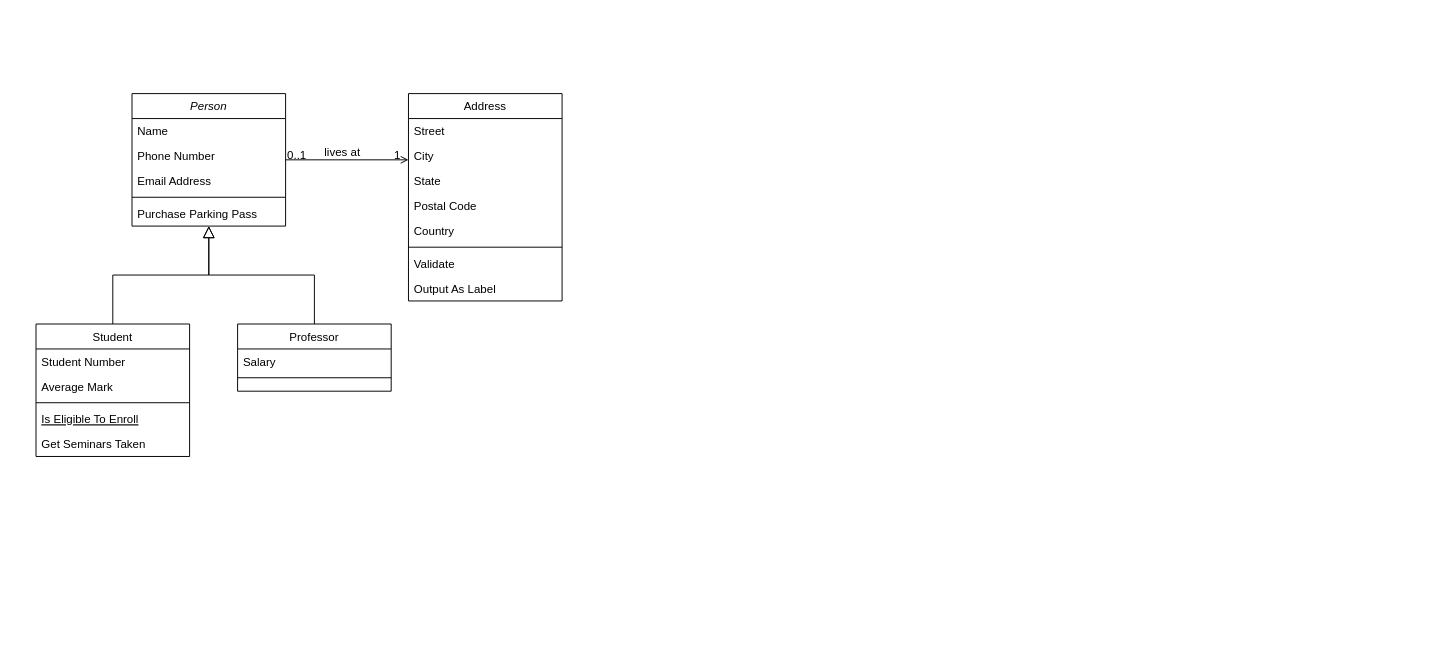
The draw.io diagram DiagramasRichemont.drawio in ArianaST/Diagramas, before the edit. Source tidied: cells renumbered, new cells numbered last; positions are measured from the earlier drawing's top-left corner, leaving out a move shared by most shapes. Both pictures are drawn from the tidied source at 96%, with x=0, y=0 at pixel (36, 93).
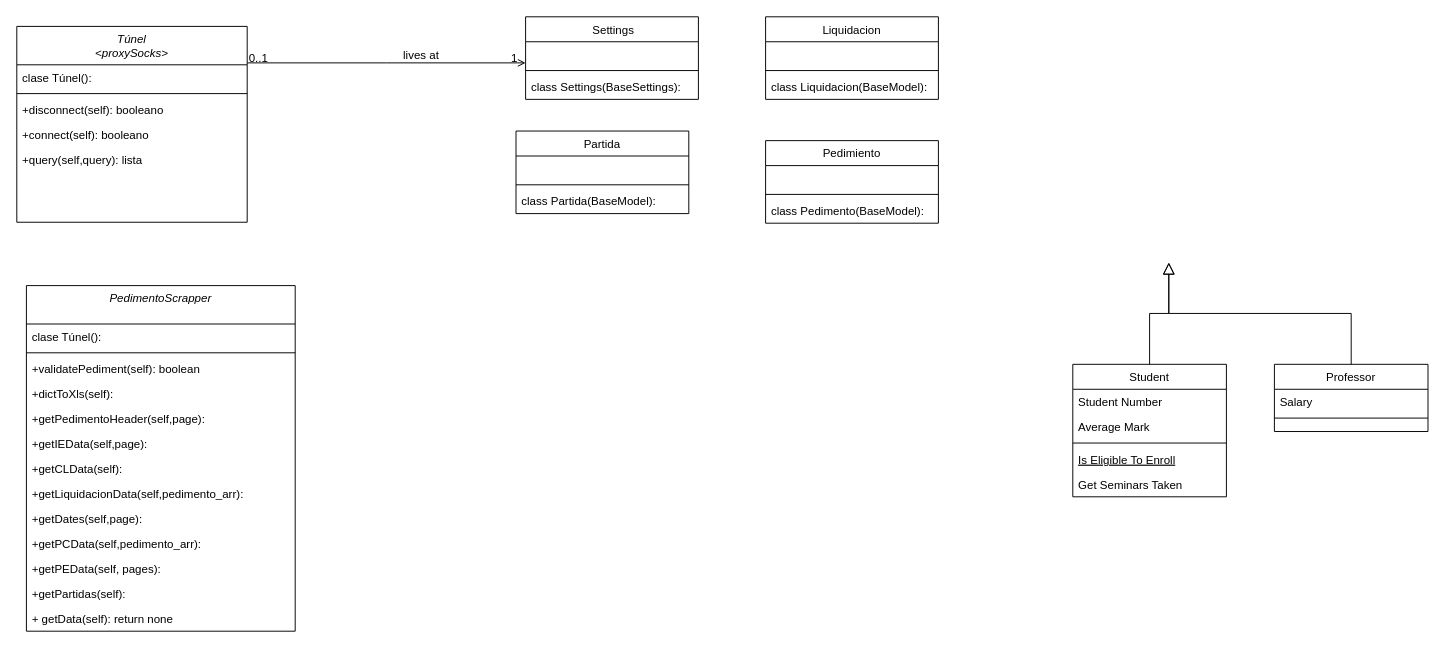
After the change.

Diff of the diagram source:
```diff
@@
-    <mxCell id="2" value="Person" style="swimlane;fontStyle=2;align=center;verticalAlign=top;horizontal=1;startSize=26;rounded=0;shadow=0;strokeWidth=1;" parent="1" vertex="1">
-      <mxGeometry x="100" width="160" height="138" as="geometry" />
+    <mxCell id="2" value="Túnel&#10;&lt;proxySocks&gt;" style="swimlane;fontStyle=2;align=center;verticalAlign=top;horizontal=1;startSize=40;rounded=0;shadow=0;strokeWidth=1;" parent="1" vertex="1">
+      <mxGeometry x="-20" y="-70" width="240" height="204" as="geometry" />
     </mxCell>
-    <mxCell id="3" value="Name" style="text;align=left;verticalAlign=top;spacingLeft=4;spacingRight=4;overflow=hidden;" parent="2" vertex="1">
-      <mxGeometry y="26" width="160" height="26" as="geometry" />
+    <mxCell id="3" value="clase Túnel():" style="text;align=left;verticalAlign=top;spacingLeft=4;spacingRight=4;overflow=hidden;" parent="2" vertex="1">
+      <mxGeometry y="40" width="240" height="26" as="geometry" />
     </mxCell>
-    <mxCell id="4" value="Phone Number" style="text;align=left;verticalAlign=top;spacingLeft=4;spacingRight=4;overflow=hidden;rounded=0;shadow=0;html=0;" parent="2" vertex="1">
-      <mxGeometry y="52" width="160" height="26" as="geometry" />
-    </mxCell>
-    <mxCell id="5" value="Email Address" style="text;align=left;verticalAlign=top;spacingLeft=4;spacingRight=4;overflow=hidden;rounded=0;shadow=0;html=0;" parent="2" vertex="1">
-      <mxGeometry y="78" width="160" height="26" as="geometry" />
-    </mxCell>
     <mxCell id="6" style="line;html=1;strokeWidth=1;align=left;verticalAlign=middle;spacingTop=-1;spacingLeft=3;spacingRight=3;labelPosition=right;" parent="2" vertex="1">
-      <mxGeometry y="104" width="160" height="8" as="geometry" />
+      <mxGeometry y="66" width="240" height="8" as="geometry" />
     </mxCell>
-    <mxCell id="7" value="Purchase Parking Pass" style="text;align=left;verticalAlign=top;spacingLeft=4;spacingRight=4;overflow=hidden;" parent="2" vertex="1">
-      <mxGeometry y="112" width="160" height="26" as="geometry" />
-    </mxCell>
+    <mxCell id="32" value="+disconnect(self): booleano" style="text;align=left;verticalAlign=top;spacingLeft=4;spacingRight=4;overflow=hidden;" parent="2" vertex="1">
+      <mxGeometry y="74" width="240" height="26" as="geometry" />
+    </mxCell>
+    <mxCell id="33" value="+connect(self): booleano" style="text;align=left;verticalAlign=top;spacingLeft=4;spacingRight=4;overflow=hidden;" parent="2" vertex="1">
+      <mxGeometry y="100" width="240" height="26" as="geometry" />
+    </mxCell>
+    <mxCell id="34" value="+query(self,query): lista" style="text;align=left;verticalAlign=top;spacingLeft=4;spacingRight=4;overflow=hidden;" parent="2" vertex="1">
+      <mxGeometry y="126" width="240" height="26" as="geometry" />
+    </mxCell>
     <mxCell id="8" value="Student" style="swimlane;fontStyle=0;align=center;verticalAlign=top;horizontal=1;startSize=26;rounded=0;shadow=0;strokeWidth=1;" parent="1" vertex="1">
-      <mxGeometry y="240" width="160" height="138" as="geometry" />
+      <mxGeometry x="1080" y="282" width="160" height="138" as="geometry" />
     </mxCell>
@@
-    <mxCell id="14" style="endArrow=block;endSize=10;endFill=0;shadow=0;strokeWidth=1;rounded=0;edgeStyle=elbowEdgeStyle;elbow=vertical;" parent="1" edge="1" source="8" target="2">
-      <mxGeometry relative="1" as="geometry" />
+    <mxCell id="14" style="endArrow=block;endSize=10;endFill=0;shadow=0;strokeWidth=1;rounded=0;edgeStyle=elbowEdgeStyle;elbow=vertical;" parent="1" edge="1" source="8">
+      <mxGeometry relative="1" as="geometry">
+        <mxPoint x="1180" y="176" as="targetPoint" />
+      </mxGeometry>
     </mxCell>
     <mxCell id="15" value="Professor" style="swimlane;fontStyle=0;align=center;verticalAlign=top;horizontal=1;startSize=26;rounded=0;shadow=0;strokeWidth=1;" parent="1" vertex="1">
-      <mxGeometry x="210" y="240" width="160" height="70" as="geometry" />
+      <mxGeometry x="1290" y="282" width="160" height="70" as="geometry" />
     </mxCell>
@@
-    <mxCell id="18" style="endArrow=block;endSize=10;endFill=0;shadow=0;strokeWidth=1;rounded=0;edgeStyle=elbowEdgeStyle;elbow=vertical;" parent="1" edge="1" source="15" target="2">
-      <mxGeometry relative="1" as="geometry" />
+    <mxCell id="18" style="endArrow=block;endSize=10;endFill=0;shadow=0;strokeWidth=1;rounded=0;edgeStyle=elbowEdgeStyle;elbow=vertical;" parent="1" edge="1" source="15">
+      <mxGeometry relative="1" as="geometry">
+        <mxPoint x="1180" y="176" as="targetPoint" />
+      </mxGeometry>
     </mxCell>
-    <mxCell id="19" value="Address" style="swimlane;fontStyle=0;align=center;verticalAlign=top;horizontal=1;startSize=26;rounded=0;shadow=0;strokeWidth=1;" parent="1" vertex="1">
-      <mxGeometry x="388" width="160" height="216" as="geometry" />
+    <mxCell id="19" value=" Settings" style="swimlane;fontStyle=0;align=center;verticalAlign=top;horizontal=1;startSize=26;rounded=0;shadow=0;strokeWidth=1;" parent="1" vertex="1">
+      <mxGeometry x="510" y="-80" width="180" height="86" as="geometry" />
     </mxCell>
-    <mxCell id="20" value="Street" style="text;align=left;verticalAlign=top;spacingLeft=4;spacingRight=4;overflow=hidden;" parent="19" vertex="1">
-      <mxGeometry y="26" width="160" height="26" as="geometry" />
-    </mxCell>
-    <mxCell id="21" value="City" style="text;align=left;verticalAlign=top;spacingLeft=4;spacingRight=4;overflow=hidden;rounded=0;shadow=0;html=0;" parent="19" vertex="1">
-      <mxGeometry y="52" width="160" height="26" as="geometry" />
-    </mxCell>
-    <mxCell id="22" value="State" style="text;align=left;verticalAlign=top;spacingLeft=4;spacingRight=4;overflow=hidden;rounded=0;shadow=0;html=0;" parent="19" vertex="1">
-      <mxGeometry y="78" width="160" height="26" as="geometry" />
-    </mxCell>
-    <mxCell id="23" value="Postal Code" style="text;align=left;verticalAlign=top;spacingLeft=4;spacingRight=4;overflow=hidden;rounded=0;shadow=0;html=0;" parent="19" vertex="1">
-      <mxGeometry y="104" width="160" height="26" as="geometry" />
-    </mxCell>
-    <mxCell id="24" value="Country" style="text;align=left;verticalAlign=top;spacingLeft=4;spacingRight=4;overflow=hidden;rounded=0;shadow=0;html=0;" parent="19" vertex="1">
-      <mxGeometry y="130" width="160" height="26" as="geometry" />
-    </mxCell>
+    <mxCell id="35" value="            " style="text;align=left;verticalAlign=top;spacingLeft=4;spacingRight=4;overflow=hidden;" parent="19" vertex="1">
+      <mxGeometry y="26" width="180" height="26" as="geometry" />
+    </mxCell>
     <mxCell id="25" style="line;html=1;strokeWidth=1;align=left;verticalAlign=middle;spacingTop=-1;spacingLeft=3;spacingRight=3;labelPosition=right;" parent="19" vertex="1">
-      <mxGeometry y="156" width="160" height="8" as="geometry" />
+      <mxGeometry y="52" width="180" height="8" as="geometry" />
     </mxCell>
-    <mxCell id="26" value="Validate" style="text;align=left;verticalAlign=top;spacingLeft=4;spacingRight=4;overflow=hidden;" parent="19" vertex="1">
-      <mxGeometry y="164" width="160" height="26" as="geometry" />
-    </mxCell>
-    <mxCell id="27" value="Output As Label" style="text;align=left;verticalAlign=top;spacingLeft=4;spacingRight=4;overflow=hidden;" parent="19" vertex="1">
-      <mxGeometry y="190" width="160" height="26" as="geometry" />
+    <mxCell id="27" value="class Settings(BaseSettings):&#10;" style="text;align=left;verticalAlign=top;spacingLeft=4;spacingRight=4;overflow=hidden;" parent="19" vertex="1">
+      <mxGeometry y="60" width="180" height="26" as="geometry" />
     </mxCell>
@@
+    <mxCell id="36" value="Liquidacion" style="swimlane;fontStyle=0;align=center;verticalAlign=top;horizontal=1;startSize=26;rounded=0;shadow=0;strokeWidth=1;" parent="1" vertex="1">
+      <mxGeometry x="760" y="-80" width="180" height="86" as="geometry" />
+    </mxCell>
+    <mxCell id="37" value="            " style="text;align=left;verticalAlign=top;spacingLeft=4;spacingRight=4;overflow=hidden;" parent="36" vertex="1">
+      <mxGeometry y="26" width="180" height="26" as="geometry" />
+    </mxCell>
+    <mxCell id="38" style="line;html=1;strokeWidth=1;align=left;verticalAlign=middle;spacingTop=-1;spacingLeft=3;spacingRight=3;labelPosition=right;" parent="36" vertex="1">
+      <mxGeometry y="52" width="180" height="8" as="geometry" />
+    </mxCell>
+    <mxCell id="39" value="class Liquidacion(BaseModel):" style="text;align=left;verticalAlign=top;spacingLeft=4;spacingRight=4;overflow=hidden;" parent="36" vertex="1">
+      <mxGeometry y="60" width="180" height="26" as="geometry" />
+    </mxCell>
+    <mxCell id="40" value="Partida" style="swimlane;fontStyle=0;align=center;verticalAlign=top;horizontal=1;startSize=26;rounded=0;shadow=0;strokeWidth=1;" parent="1" vertex="1">
+      <mxGeometry x="500" y="39" width="180" height="86" as="geometry" />
+    </mxCell>
+    <mxCell id="41" value="            " style="text;align=left;verticalAlign=top;spacingLeft=4;spacingRight=4;overflow=hidden;" parent="40" vertex="1">
+      <mxGeometry y="26" width="180" height="26" as="geometry" />
+    </mxCell>
+    <mxCell id="42" style="line;html=1;strokeWidth=1;align=left;verticalAlign=middle;spacingTop=-1;spacingLeft=3;spacingRight=3;labelPosition=right;" parent="40" vertex="1">
+      <mxGeometry y="52" width="180" height="8" as="geometry" />
+    </mxCell>
+    <mxCell id="43" value="class Partida(BaseModel):" style="text;align=left;verticalAlign=top;spacingLeft=4;spacingRight=4;overflow=hidden;" parent="40" vertex="1">
+      <mxGeometry y="60" width="180" height="26" as="geometry" />
+    </mxCell>
+    <mxCell id="44" value="Pedimiento" style="swimlane;fontStyle=0;align=center;verticalAlign=top;horizontal=1;startSize=26;rounded=0;shadow=0;strokeWidth=1;" parent="1" vertex="1">
+      <mxGeometry x="760" y="49" width="180" height="86" as="geometry" />
+    </mxCell>
+    <mxCell id="45" value="            " style="text;align=left;verticalAlign=top;spacingLeft=4;spacingRight=4;overflow=hidden;" parent="44" vertex="1">
+      <mxGeometry y="26" width="180" height="26" as="geometry" />
+    </mxCell>
+    <mxCell id="46" style="line;html=1;strokeWidth=1;align=left;verticalAlign=middle;spacingTop=-1;spacingLeft=3;spacingRight=3;labelPosition=right;" parent="44" vertex="1">
+      <mxGeometry y="52" width="180" height="8" as="geometry" />
+    </mxCell>
+    <mxCell id="47" value="class Pedimento(BaseModel):" style="text;align=left;verticalAlign=top;spacingLeft=4;spacingRight=4;overflow=hidden;" parent="44" vertex="1">
+      <mxGeometry y="60" width="180" height="26" as="geometry" />
+    </mxCell>
+    <mxCell id="48" value="PedimentoScrapper" style="swimlane;fontStyle=2;align=center;verticalAlign=top;horizontal=1;startSize=40;rounded=0;shadow=0;strokeWidth=1;" parent="1" vertex="1">
+      <mxGeometry x="-10" y="200" width="280" height="360" as="geometry" />
+    </mxCell>
+    <mxCell id="49" value="clase Túnel():" style="text;align=left;verticalAlign=top;spacingLeft=4;spacingRight=4;overflow=hidden;" parent="48" vertex="1">
+      <mxGeometry y="40" width="280" height="26" as="geometry" />
+    </mxCell>
+    <mxCell id="50" style="line;html=1;strokeWidth=1;align=left;verticalAlign=middle;spacingTop=-1;spacingLeft=3;spacingRight=3;labelPosition=right;" parent="48" vertex="1">
+      <mxGeometry y="66" width="280" height="8" as="geometry" />
+    </mxCell>
+    <mxCell id="51" value="+validatePediment(self): boolean" style="text;align=left;verticalAlign=top;spacingLeft=4;spacingRight=4;overflow=hidden;" parent="48" vertex="1">
+      <mxGeometry y="74" width="280" height="26" as="geometry" />
+    </mxCell>
+    <mxCell id="52" value="+dictToXls(self):" style="text;align=left;verticalAlign=top;spacingLeft=4;spacingRight=4;overflow=hidden;" parent="48" vertex="1">
+      <mxGeometry y="100" width="280" height="26" as="geometry" />
+    </mxCell>
+    <mxCell id="53" value="+getPedimentoHeader(self,page):" style="text;align=left;verticalAlign=top;spacingLeft=4;spacingRight=4;overflow=hidden;" parent="48" vertex="1">
+      <mxGeometry y="126" width="280" height="26" as="geometry" />
+    </mxCell>
+    <mxCell id="54" value="+getIEData(self,page):" style="text;align=left;verticalAlign=top;spacingLeft=4;spacingRight=4;overflow=hidden;" parent="48" vertex="1">
+      <mxGeometry y="152" width="280" height="26" as="geometry" />
+    </mxCell>
+    <mxCell id="55" value="+getCLData(self):" style="text;align=left;verticalAlign=top;spacingLeft=4;spacingRight=4;overflow=hidden;" parent="48" vertex="1">
+      <mxGeometry y="178" width="280" height="26" as="geometry" />
+    </mxCell>
+    <mxCell id="56" value="+getLiquidacionData(self,pedimento_arr):" style="text;align=left;verticalAlign=top;spacingLeft=4;spacingRight=4;overflow=hidden;" parent="48" vertex="1">
+      <mxGeometry y="204" width="280" height="26" as="geometry" />
+    </mxCell>
+    <mxCell id="57" value="+getDates(self,page):" style="text;align=left;verticalAlign=top;spacingLeft=4;spacingRight=4;overflow=hidden;" parent="48" vertex="1">
+      <mxGeometry y="230" width="280" height="26" as="geometry" />
+    </mxCell>
+    <mxCell id="58" value="+getPCData(self,pedimento_arr):" style="text;align=left;verticalAlign=top;spacingLeft=4;spacingRight=4;overflow=hidden;" parent="48" vertex="1">
+      <mxGeometry y="256" width="280" height="26" as="geometry" />
+    </mxCell>
+    <mxCell id="59" value="+getPEData(self, pages):" style="text;align=left;verticalAlign=top;spacingLeft=4;spacingRight=4;overflow=hidden;" parent="48" vertex="1">
+      <mxGeometry y="282" width="280" height="26" as="geometry" />
+    </mxCell>
+    <mxCell id="60" value="+getPartidas(self):" style="text;align=left;verticalAlign=top;spacingLeft=4;spacingRight=4;overflow=hidden;" parent="48" vertex="1">
+      <mxGeometry y="308" width="280" height="26" as="geometry" />
+    </mxCell>
+    <mxCell id="61" value="+ getData(self): return none" style="text;align=left;verticalAlign=top;spacingLeft=4;spacingRight=4;overflow=hidden;" parent="48" vertex="1">
+      <mxGeometry y="334" width="280" height="26" as="geometry" />
+    </mxCell>
```
